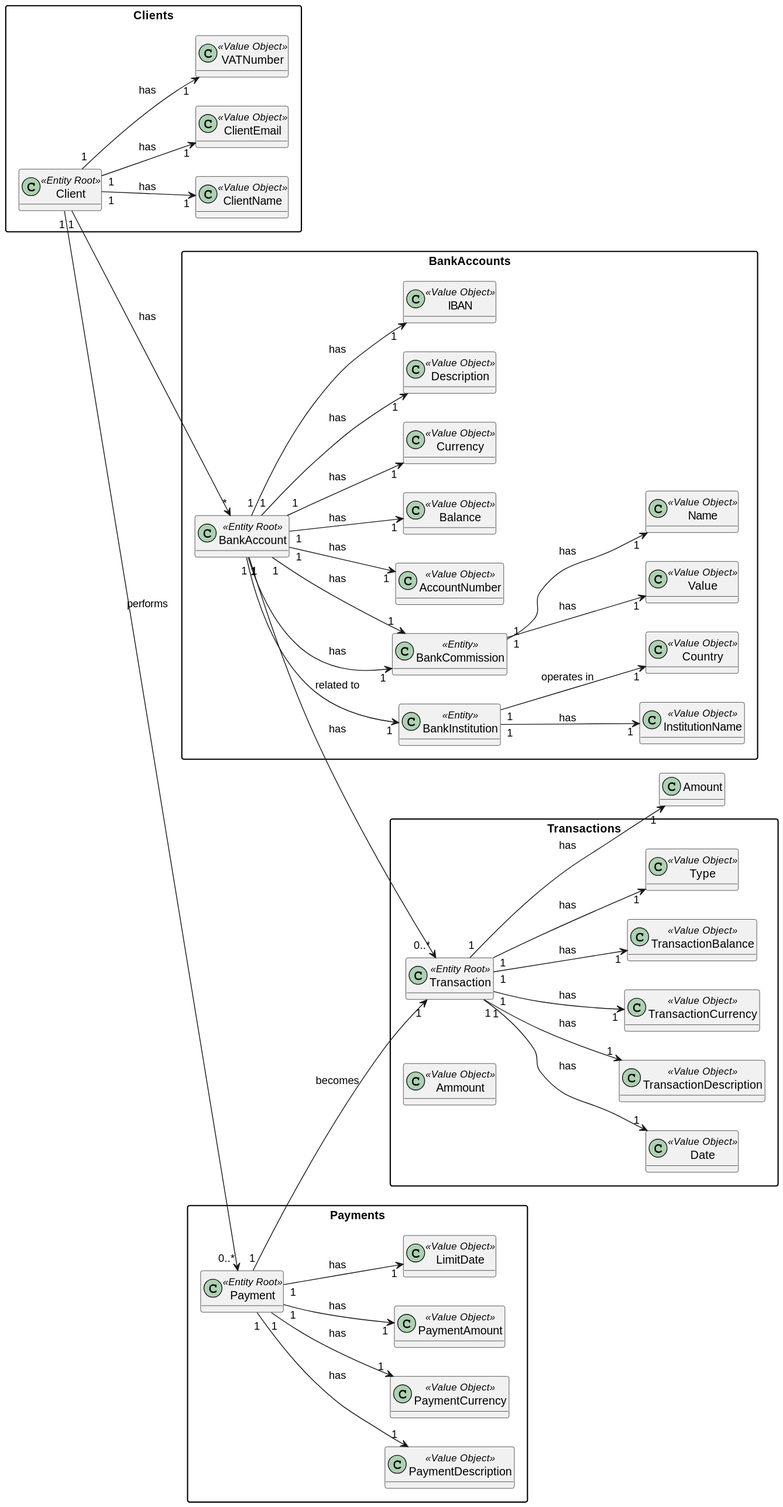
Before: DomainModel.svg, a diagram exported from PlantUML (Ana6363/RAGSystem_Wiki). The source it was exported from:
```plantuml
@startuml
hide methods
left to right direction
skinparam ClassAttributeIconSize 0
skinparam packageStyle rect

package BankAccounts {
    class BankAccount <<Entity Root>> {
    }

    class BankInstitution <<Entity>> {
    }

    class BankCommission <<Entity>> {
    }

    class Value <<Value Object>> {
    }

    class Name <<Value Object>> {
    }

    class AccountNumber <<Value Object>> {
    }

    class Balance <<Value Object>> {
    }

    class Currency <<Value Object>> {
    }

    class InstitutionName <<Value Object>> {
    }

    class Country <<Value Object>> {
    }

    class Description <<Value Object>> {
    }

    class IBAN <<Value Object>> {
    }

}


BankAccount "1" --> "1" BankCommission: has
BankAccount "1" --> "1" BankInstitution: related to
BankAccount "1" --> "1" BankCommission: has
BankAccount "1" --> "1" AccountNumber: has
BankAccount "1" --> "1" Balance: has
BankAccount "1" --> "1" Currency: has
BankAccount "1" --> "1" IBAN: has
BankAccount "1" --> "1" Description: has

BankInstitution "1" --> "1" InstitutionName: has
BankInstitution "1" --> "1" Country: operates in

BankCommission "1" --> "1" Value: has
BankCommission "1" --> "1" Name: has

package Transactions {
    class Transaction <<Entity Root>> {
    }

    class Ammount <<Value Object>> {
    }

    class Date <<Value Object>> {
    }

    class TransactionDescription <<Value Object>> {
    }

    class TransactionCurrency <<Value Object>> {
    }

    class TransactionBalance <<Value Object>> {
    }

    class Type <<Value Object>> {
    }
}
BankAccount "1" --> "0..*" Transaction: has
Transaction "1" --> "1" Amount: has
Transaction "1" --> "1" Date: has
Transaction "1" --> "1" TransactionDescription: has
Transaction "1" --> "1" TransactionCurrency: has
Transaction "1" --> "1" TransactionBalance: has
Transaction "1" --> "1" Type: has

package Payments {
    class Payment <<Entity Root>> {
    }

    class PaymentDescription <<Value Object>> {
    }

    class PaymentCurrency <<Value Object>> {
    }

    class PaymentAmount <<Value Object>> {
    }

    class LimitDate <<Value Object>> {
    }

}

Payment "1" --> "1" PaymentDescription: has
Payment "1" --> "1" PaymentCurrency: has
Payment "1" --> "1" PaymentAmount: has
Payment "1" --> "1" LimitDate: has
Payment "1" --> "1" Transaction: becomes

package Clients {
    class Client <<Entity Root>> {
    }

    class ClientName <<Value Object>> {
    }

    class ClientEmail <<Value Object>> {
    }

    class VATNumber <<Value Object>> {
    }

}

Client "1" --> "1" ClientName: has
Client "1" --> "1" ClientEmail: has
Client "1" --> "1" VATNumber: has
Client "1" --> "*" BankAccount: has
Client "1" --> "0..*" Payment: performs
@enduml
```
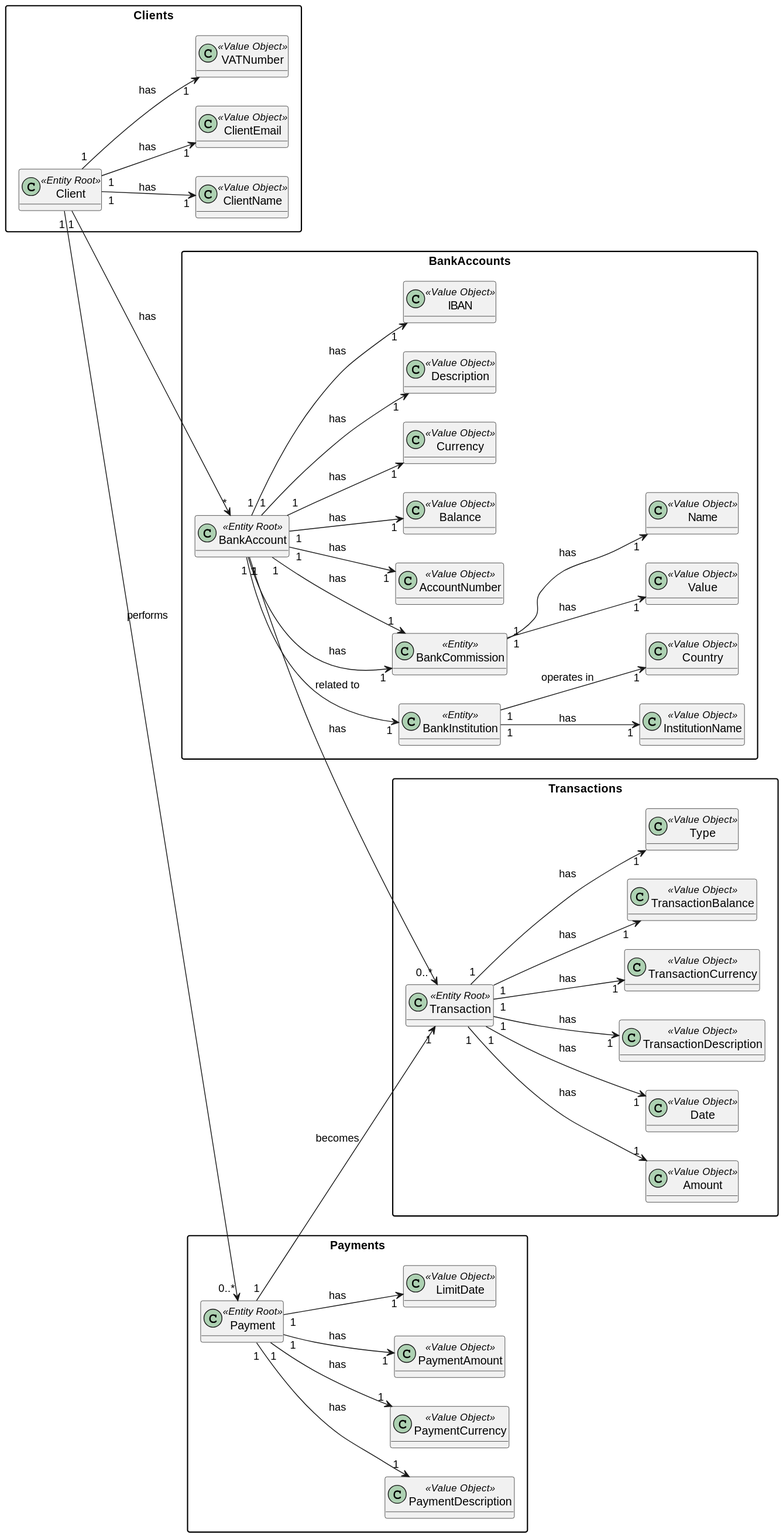
Later version of the same file.

Commit message:
some changes to domain model

What changed in the source:
```diff
@@ -63,7 +63,7 @@
     class Transaction <<Entity Root>> {
     }
 
-    class Ammount <<Value Object>> {
+    class Amount <<Value Object>> {
     }
 
     class Date <<Value Object>> {
```
